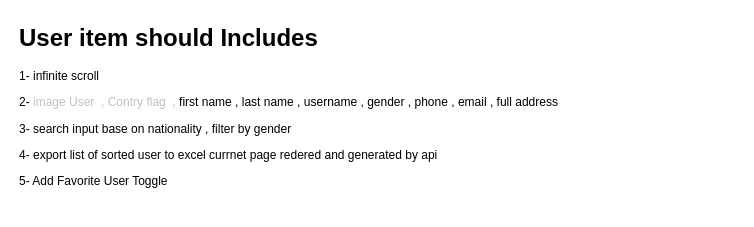
This is .drawio from AMSANJI-WORK/next-task-front-users, a draw.io file, before an edit. Source tidied: cells renumbered, new cells numbered last; positions are measured from the earlier drawing's top-left corner, leaving out a move shared by most shapes. Both pictures are drawn from the tidied source at 100%, with x=0, y=0 at pixel (17, 17).
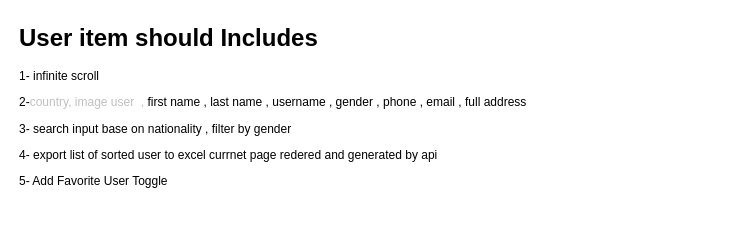
After the change.

Commit message (it also covers changes not shown here):
update user folder structure

What changed in the source:
```diff
@@
 <mxGraphModel>
   <root>
     <mxCell id="0" />
     <mxCell id="1" parent="0" />
-    <mxCell id="2" value="&lt;h1 style=&quot;margin-top: 0px;&quot;&gt;User item should Includes&lt;/h1&gt;&lt;p&gt;1- infinite scroll&lt;/p&gt;&lt;p&gt;2-&lt;font style=&quot;color: light-dark(rgb(0, 0, 0), rgb(255, 251, 249));&quot;&gt;&amp;nbsp;&lt;span style=&quot;background-color: transparent; color: rgb(192, 192, 192);&quot;&gt;image User&amp;nbsp; , Contry flag&lt;/span&gt;&lt;/font&gt;&lt;span style=&quot;color: rgb(192, 192, 192); background-color: transparent;&quot;&gt;&amp;nbsp; ,&amp;nbsp;&lt;/span&gt;&lt;span style=&quot;background-color: transparent;&quot;&gt;first name , last name , username , gender , phone , email , full address&lt;/span&gt;&lt;/p&gt;&lt;p&gt;&lt;span style=&quot;background-color: transparent;&quot;&gt;3- search input base on nationality , filter by gender&lt;/span&gt;&lt;/p&gt;&lt;p&gt;&lt;span style=&quot;background-color: transparent;&quot;&gt;4- export list of sorted user to excel currnet page redered and generated by api&lt;/span&gt;&lt;/p&gt;&lt;p&gt;&lt;span style=&quot;background-color: transparent;&quot;&gt;5- Add Favorite User Toggle&lt;/span&gt;&lt;/p&gt;" style="text;html=1;whiteSpace=wrap;overflow=hidden;rounded=0;" parent="1" vertex="1">
+    <mxCell id="2" value="&lt;h1 style=&quot;margin-top: 0px;&quot;&gt;&lt;font style=&quot;color: light-dark(rgb(0, 0, 0), rgb(255, 255, 255));&quot;&gt;User item should Includes&lt;/font&gt;&lt;/h1&gt;&lt;p&gt;&lt;font style=&quot;color: light-dark(rgb(0, 0, 0), rgb(255, 255, 255));&quot;&gt;1- infinite scroll&lt;/font&gt;&lt;/p&gt;&lt;p&gt;&lt;font style=&quot;color: light-dark(rgb(0, 0, 0), rgb(255, 255, 255));&quot;&gt;2-&lt;span style=&quot;background-color: transparent; color: rgb(192, 192, 192);&quot;&gt;&lt;span style=&quot;color: rgb(192, 192, 192);&quot;&gt;country, image user&lt;/span&gt;&amp;nbsp; ,&amp;nbsp;&lt;/span&gt;&lt;span style=&quot;background-color: transparent;&quot;&gt;first name , last name , username , gender , phone , email , full address&lt;/span&gt;&lt;/font&gt;&lt;/p&gt;&lt;p&gt;&lt;span style=&quot;background-color: transparent;&quot;&gt;&lt;font style=&quot;color: light-dark(rgb(0, 0, 0), rgb(255, 255, 255));&quot;&gt;3- search input base on nationality , filter by gender&lt;/font&gt;&lt;/span&gt;&lt;/p&gt;&lt;p&gt;&lt;span style=&quot;background-color: transparent;&quot;&gt;&lt;font style=&quot;color: light-dark(rgb(0, 0, 0), rgb(255, 255, 255));&quot;&gt;4- export list of sorted user to excel currnet page redered and generated by api&lt;/font&gt;&lt;/span&gt;&lt;/p&gt;&lt;p&gt;&lt;span style=&quot;background-color: transparent;&quot;&gt;&lt;font style=&quot;color: light-dark(rgb(0, 0, 0), rgb(255, 255, 255));&quot;&gt;5- Add Favorite User Toggle&lt;/font&gt;&lt;/span&gt;&lt;/p&gt;" style="text;html=1;whiteSpace=wrap;overflow=hidden;rounded=0;" parent="1" vertex="1">
       <mxGeometry width="720" height="190" as="geometry" />
     </mxCell>
   </root>
 </mxGraphModel>
```
